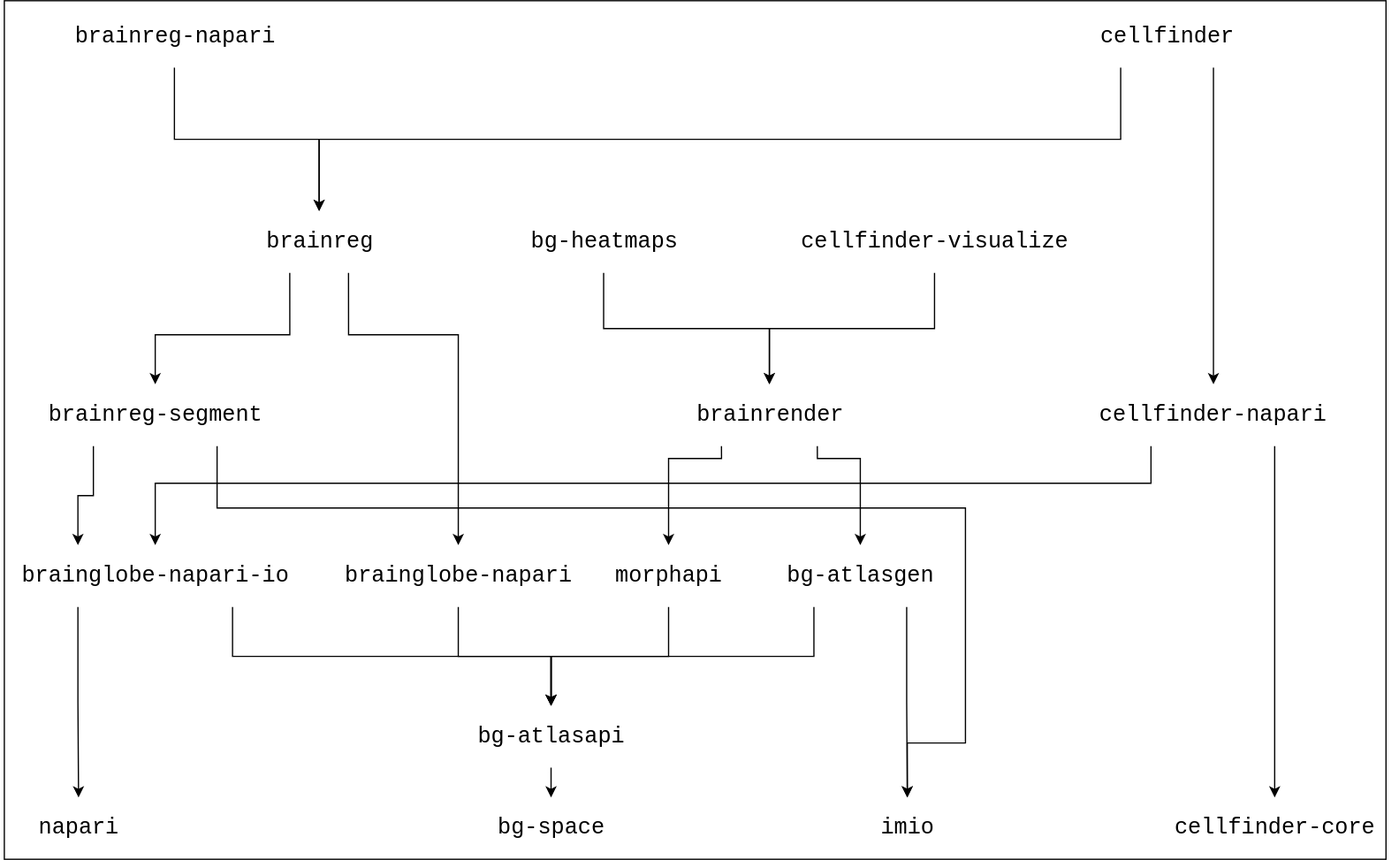
Above: doc/assets/BrainGlobe-dependencies.svg in brainglobe/brainglobe-meta (draw.io), before the change. Source tidied: cells renumbered, new cells last; positions are measured from the earlier drawing's top-left corner, leaving out a move shared by most shapes. The source it was exported from:
```xml
<mxGraphModel>
  <root>
    <mxCell id="0" />
    <mxCell id="1" parent="0" />
    <mxCell id="2" style="rounded=0;whiteSpace=wrap;html=1;" parent="1" vertex="1">
      <mxGeometry x="3" width="1117" height="694" as="geometry" />
    </mxCell>
    <mxCell id="3" value="napari" style="text;html=1;strokeColor=none;fillColor=none;align=center;verticalAlign=middle;rounded=0;fontFamily=Courier New;labelBackgroundColor=#FFFFFF;fontColor=#000000;labelBorderColor=none;fontSize=18;" parent="1" vertex="1">
      <mxGeometry x="13" y="644" width="100" height="50" as="geometry" />
    </mxCell>
    <mxCell id="4" value="bg-space" style="text;html=1;strokeColor=none;fillColor=none;align=center;verticalAlign=middle;rounded=0;fontFamily=Courier New;labelBackgroundColor=#FFFFFF;fontColor=#000000;labelBorderColor=none;fontSize=18;" parent="1" vertex="1">
      <mxGeometry x="395" y="644" width="100" height="50" as="geometry" />
    </mxCell>
    <mxCell id="5" value="cellfinder-core" style="text;html=1;strokeColor=none;fillColor=none;align=center;verticalAlign=middle;rounded=0;fontFamily=Courier New;labelBackgroundColor=#FFFFFF;fontColor=#000000;labelBorderColor=none;fontSize=18;" parent="1" vertex="1">
      <mxGeometry x="930" y="644" width="200" height="50" as="geometry" />
    </mxCell>
    <mxCell id="6" value="imio" style="text;html=1;strokeColor=none;fillColor=none;align=center;verticalAlign=middle;rounded=0;fontFamily=Courier New;labelBackgroundColor=#FFFFFF;fontColor=#000000;labelBorderColor=none;fontSize=18;" parent="1" vertex="1">
      <mxGeometry x="683" y="644" width="100" height="50" as="geometry" />
    </mxCell>
    <mxCell id="7" style="edgeStyle=orthogonalEdgeStyle;rounded=0;jettySize=auto;html=1;" parent="1" edge="1" source="8" target="4">
      <mxGeometry relative="1" as="geometry" />
    </mxCell>
    <mxCell id="8" value="bg-atlasapi" style="text;html=1;strokeColor=none;fillColor=none;align=center;verticalAlign=middle;rounded=0;fontFamily=Courier New;labelBackgroundColor=#FFFFFF;fontColor=#000000;labelBorderColor=none;fontSize=18;" parent="1" vertex="1">
      <mxGeometry x="370" y="570" width="150" height="50" as="geometry" />
    </mxCell>
    <mxCell id="9" style="edgeStyle=orthogonalEdgeStyle;rounded=0;jettySize=auto;html=1;exitX=0.25;exitY=1;exitDx=0;exitDy=0;" parent="1" edge="1" source="11" target="8">
      <mxGeometry relative="1" as="geometry" />
    </mxCell>
    <mxCell id="10" style="edgeStyle=orthogonalEdgeStyle;rounded=0;jettySize=auto;html=1;exitX=0.75;exitY=1;exitDx=0;exitDy=0;entryX=0.5;entryY=0;entryDx=0;entryDy=0;" parent="1" edge="1" source="11" target="6">
      <mxGeometry relative="1" as="geometry" />
    </mxCell>
    <mxCell id="11" value="bg-atlasgen" style="text;html=1;strokeColor=none;fillColor=none;align=center;verticalAlign=middle;rounded=0;fontFamily=Courier New;labelBackgroundColor=#FFFFFF;fontColor=#000000;labelBorderColor=none;fontSize=18;" parent="1" vertex="1">
      <mxGeometry x="620" y="440" width="150" height="50" as="geometry" />
    </mxCell>
    <mxCell id="12" style="edgeStyle=orthogonalEdgeStyle;rounded=0;jettySize=auto;html=1;exitX=0.25;exitY=1;exitDx=0;exitDy=0;entryX=0.5;entryY=0;entryDx=0;entryDy=0;" parent="1" edge="1" source="14" target="3">
      <mxGeometry relative="1" as="geometry" />
    </mxCell>
    <mxCell id="13" style="edgeStyle=orthogonalEdgeStyle;rounded=0;jettySize=auto;html=1;exitX=0.75;exitY=1;exitDx=0;exitDy=0;entryX=0.5;entryY=0;entryDx=0;entryDy=0;" parent="1" edge="1" source="14" target="8">
      <mxGeometry relative="1" as="geometry" />
    </mxCell>
    <mxCell id="14" value="&lt;div&gt;brainglobe-napari-io&lt;/div&gt;" style="text;html=1;strokeColor=none;fillColor=none;align=center;verticalAlign=middle;rounded=0;fontFamily=Courier New;labelBackgroundColor=#FFFFFF;fontColor=#000000;labelBorderColor=none;fontSize=18;" parent="1" vertex="1">
      <mxGeometry y="440" width="250" height="50" as="geometry" />
    </mxCell>
    <mxCell id="15" style="edgeStyle=orthogonalEdgeStyle;rounded=0;jettySize=auto;html=1;entryX=0.5;entryY=0;entryDx=0;entryDy=0;" parent="1" edge="1" source="16" target="8">
      <mxGeometry relative="1" as="geometry">
        <Array as="points">
          <mxPoint x="540" y="530" />
          <mxPoint x="445" y="530" />
        </Array>
      </mxGeometry>
    </mxCell>
    <mxCell id="16" value="morphapi" style="text;html=1;strokeColor=none;fillColor=none;align=center;verticalAlign=middle;rounded=0;fontFamily=Courier New;labelBackgroundColor=#FFFFFF;fontColor=#000000;labelBorderColor=none;fontSize=18;" parent="1" vertex="1">
      <mxGeometry x="490" y="440" width="100" height="50" as="geometry" />
    </mxCell>
    <mxCell id="17" style="edgeStyle=orthogonalEdgeStyle;rounded=0;jettySize=auto;html=1;entryX=0.5;entryY=0;entryDx=0;entryDy=0;" parent="1" edge="1" source="18" target="8">
      <mxGeometry relative="1" as="geometry" />
    </mxCell>
    <mxCell id="18" value="brainglobe-napari" style="text;html=1;strokeColor=none;fillColor=none;align=center;verticalAlign=middle;rounded=0;fontFamily=Courier New;labelBackgroundColor=#FFFFFF;fontColor=#000000;labelBorderColor=none;fontSize=18;" parent="1" vertex="1">
      <mxGeometry x="270" y="440" width="200" height="50" as="geometry" />
    </mxCell>
    <mxCell id="19" style="edgeStyle=orthogonalEdgeStyle;rounded=0;jettySize=auto;html=1;exitX=0.25;exitY=1;exitDx=0;exitDy=0;entryX=0.25;entryY=0;entryDx=0;entryDy=0;" parent="1" edge="1" source="21" target="14">
      <mxGeometry relative="1" as="geometry" />
    </mxCell>
    <mxCell id="20" style="edgeStyle=orthogonalEdgeStyle;rounded=0;jettySize=auto;html=1;exitX=0.75;exitY=1;exitDx=0;exitDy=0;entryX=0.5;entryY=0;entryDx=0;entryDy=0;" parent="1" edge="1" source="21" target="6">
      <mxGeometry relative="1" as="geometry">
        <Array as="points">
          <mxPoint x="175" y="410" />
          <mxPoint x="780" y="410" />
          <mxPoint x="780" y="600" />
          <mxPoint x="733" y="600" />
        </Array>
      </mxGeometry>
    </mxCell>
    <mxCell id="21" value="brainreg-segment" style="text;html=1;strokeColor=none;fillColor=none;align=center;verticalAlign=middle;rounded=0;fontFamily=Courier New;labelBackgroundColor=#FFFFFF;fontColor=#000000;labelBorderColor=none;fontSize=18;" parent="1" vertex="1">
      <mxGeometry x="25" y="310" width="200" height="50" as="geometry" />
    </mxCell>
    <mxCell id="22" style="edgeStyle=orthogonalEdgeStyle;rounded=0;jettySize=auto;html=1;exitX=0.25;exitY=1;exitDx=0;exitDy=0;" parent="1" edge="1" source="24" target="16">
      <mxGeometry relative="1" as="geometry">
        <Array as="points">
          <mxPoint x="583" y="370" />
          <mxPoint x="540" y="370" />
        </Array>
      </mxGeometry>
    </mxCell>
    <mxCell id="23" style="edgeStyle=orthogonalEdgeStyle;rounded=0;jettySize=auto;html=1;exitX=0.75;exitY=1;exitDx=0;exitDy=0;entryX=0.5;entryY=0;entryDx=0;entryDy=0;" parent="1" edge="1" source="24" target="11">
      <mxGeometry relative="1" as="geometry">
        <Array as="points">
          <mxPoint x="660" y="370" />
          <mxPoint x="695" y="370" />
        </Array>
      </mxGeometry>
    </mxCell>
    <mxCell id="24" value="brainrender" style="text;html=1;strokeColor=none;fillColor=none;align=center;verticalAlign=middle;rounded=0;fontFamily=Courier New;labelBackgroundColor=#FFFFFF;fontColor=#000000;labelBorderColor=none;fontSize=18;" parent="1" vertex="1">
      <mxGeometry x="544" y="310" width="155" height="50" as="geometry" />
    </mxCell>
    <mxCell id="25" style="edgeStyle=orthogonalEdgeStyle;rounded=0;jettySize=auto;html=1;exitX=0.75;exitY=1;exitDx=0;exitDy=0;entryX=0.5;entryY=0;entryDx=0;entryDy=0;" parent="1" edge="1" source="27" target="5">
      <mxGeometry relative="1" as="geometry" />
    </mxCell>
    <mxCell id="26" style="edgeStyle=orthogonalEdgeStyle;rounded=0;jettySize=auto;html=1;exitX=0.25;exitY=1;exitDx=0;exitDy=0;entryX=0.5;entryY=0;entryDx=0;entryDy=0;" parent="1" edge="1" source="27" target="14">
      <mxGeometry relative="1" as="geometry">
        <Array as="points">
          <mxPoint x="930" y="390" />
          <mxPoint x="125" y="390" />
        </Array>
      </mxGeometry>
    </mxCell>
    <mxCell id="27" value="cellfinder-napari" style="text;html=1;strokeColor=none;fillColor=none;align=center;verticalAlign=middle;rounded=0;fontFamily=Courier New;labelBackgroundColor=#FFFFFF;fontColor=#000000;labelBorderColor=none;fontSize=18;" parent="1" vertex="1">
      <mxGeometry x="880" y="310" width="200" height="50" as="geometry" />
    </mxCell>
    <mxCell id="28" style="edgeStyle=orthogonalEdgeStyle;rounded=0;jettySize=auto;html=1;exitX=0.25;exitY=1;exitDx=0;exitDy=0;entryX=0.5;entryY=0;entryDx=0;entryDy=0;" parent="1" edge="1" source="30" target="21">
      <mxGeometry relative="1" as="geometry">
        <Array as="points">
          <mxPoint x="234" y="270" />
          <mxPoint x="125" y="270" />
        </Array>
      </mxGeometry>
    </mxCell>
    <mxCell id="29" style="edgeStyle=orthogonalEdgeStyle;rounded=0;jettySize=auto;html=1;exitX=0.75;exitY=1;exitDx=0;exitDy=0;entryX=0.5;entryY=0;entryDx=0;entryDy=0;" parent="1" edge="1" source="30" target="18">
      <mxGeometry relative="1" as="geometry">
        <Array as="points">
          <mxPoint x="281" y="270" />
          <mxPoint x="370" y="270" />
        </Array>
      </mxGeometry>
    </mxCell>
    <mxCell id="30" value="brainreg" style="text;html=1;strokeColor=none;fillColor=none;align=center;verticalAlign=middle;rounded=0;fontFamily=Courier New;labelBackgroundColor=#FFFFFF;fontColor=#000000;labelBorderColor=none;fontSize=18;" parent="1" vertex="1">
      <mxGeometry x="210" y="170" width="95" height="50" as="geometry" />
    </mxCell>
    <mxCell id="31" style="edgeStyle=orthogonalEdgeStyle;rounded=0;jettySize=auto;html=1;" parent="1" edge="1" source="32" target="24">
      <mxGeometry relative="1" as="geometry" />
    </mxCell>
    <mxCell id="32" value="bg-heatmaps" style="text;html=1;strokeColor=none;fillColor=none;align=center;verticalAlign=middle;rounded=0;fontFamily=Courier New;labelBackgroundColor=#FFFFFF;fontColor=#000000;labelBorderColor=none;fontSize=18;" parent="1" vertex="1">
      <mxGeometry x="410" y="170" width="155" height="50" as="geometry" />
    </mxCell>
    <mxCell id="33" style="edgeStyle=orthogonalEdgeStyle;rounded=0;jettySize=auto;html=1;exitX=0.5;exitY=1;exitDx=0;exitDy=0;" parent="1" edge="1" source="34" target="24">
      <mxGeometry relative="1" as="geometry" />
    </mxCell>
    <mxCell id="34" value="cellfinder-visualize" style="text;html=1;strokeColor=none;fillColor=none;align=center;verticalAlign=middle;rounded=0;fontFamily=Courier New;labelBackgroundColor=#FFFFFF;fontColor=#000000;labelBorderColor=none;fontSize=18;" parent="1" vertex="1">
      <mxGeometry x="630" y="170" width="250" height="50" as="geometry" />
    </mxCell>
    <mxCell id="35" style="edgeStyle=orthogonalEdgeStyle;rounded=0;jettySize=auto;html=1;entryX=0.5;entryY=0;entryDx=0;entryDy=0;" parent="1" edge="1" source="36" target="30">
      <mxGeometry relative="1" as="geometry" />
    </mxCell>
    <mxCell id="36" value="brainreg-napari" style="text;html=1;strokeColor=none;fillColor=none;align=center;verticalAlign=middle;rounded=0;fontFamily=Courier New;labelBackgroundColor=#FFFFFF;fontColor=#000000;labelBorderColor=none;fontSize=18;" parent="1" vertex="1">
      <mxGeometry x="38" y="4" width="205" height="50" as="geometry" />
    </mxCell>
    <mxCell id="37" style="edgeStyle=orthogonalEdgeStyle;rounded=0;jettySize=auto;html=1;exitX=0.25;exitY=1;exitDx=0;exitDy=0;entryX=0.5;entryY=0;entryDx=0;entryDy=0;" parent="1" edge="1" source="39" target="30">
      <mxGeometry relative="1" as="geometry" />
    </mxCell>
    <mxCell id="38" style="edgeStyle=orthogonalEdgeStyle;rounded=0;jettySize=auto;html=1;exitX=0.75;exitY=1;exitDx=0;exitDy=0;" parent="1" edge="1" source="39" target="27">
      <mxGeometry relative="1" as="geometry">
        <Array as="points">
          <mxPoint x="980" y="150" />
          <mxPoint x="980" y="150" />
        </Array>
      </mxGeometry>
    </mxCell>
    <mxCell id="39" value="cellfinder" style="text;html=1;strokeColor=none;fillColor=none;align=center;verticalAlign=middle;rounded=0;fontFamily=Courier New;labelBackgroundColor=#FFFFFF;fontColor=#000000;labelBorderColor=none;fontSize=18;" parent="1" vertex="1">
      <mxGeometry x="868" y="4" width="150" height="50" as="geometry" />
    </mxCell>
  </root>
</mxGraphModel>
```
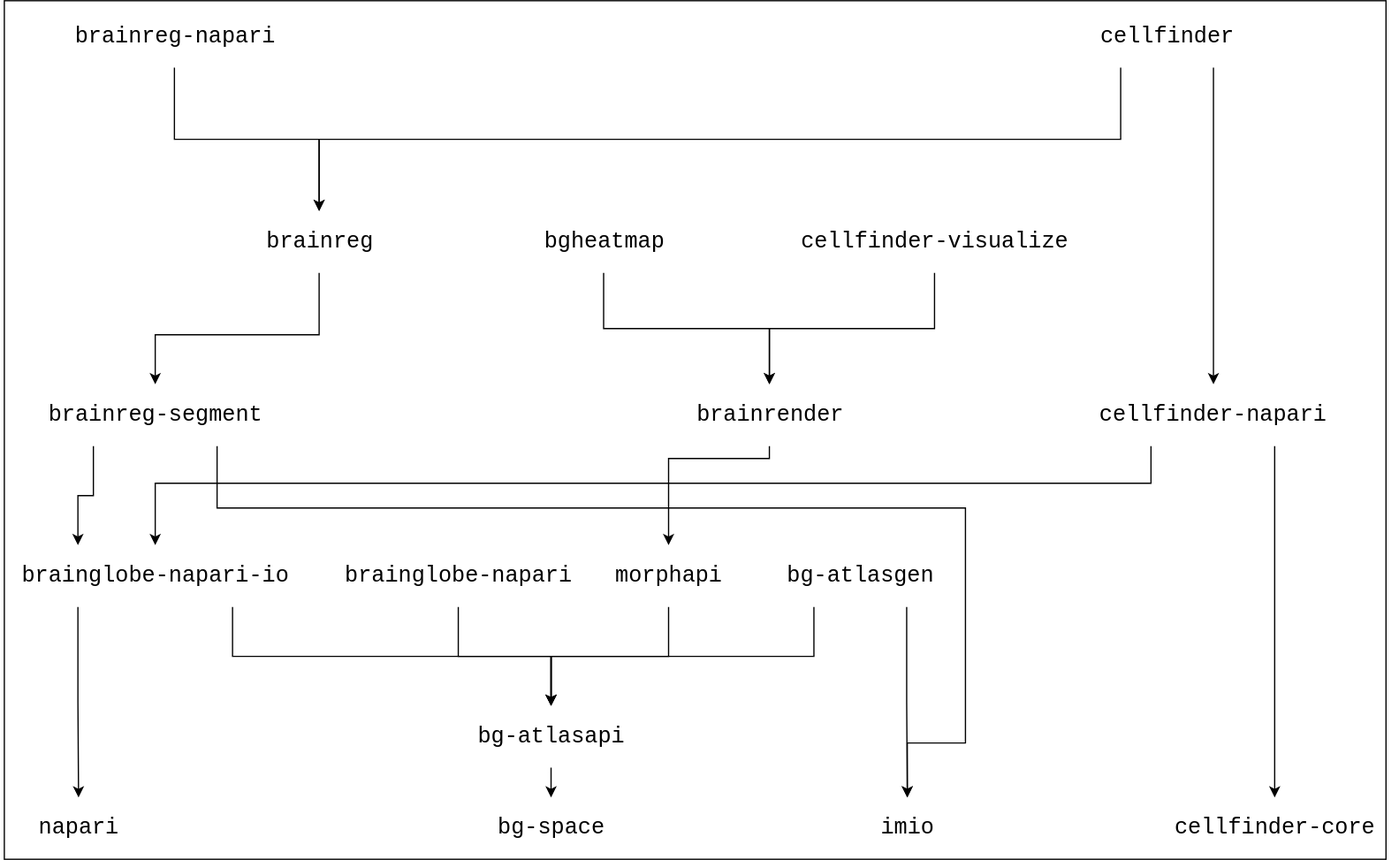
Later version of the same file.

The edit, as a diff of the source:
```diff
@@ -74,22 +74,14 @@
     <mxCell id="21" value="brainreg-segment" style="text;html=1;strokeColor=none;fillColor=none;align=center;verticalAlign=middle;rounded=0;fontFamily=Courier New;labelBackgroundColor=#FFFFFF;fontColor=#000000;labelBorderColor=none;fontSize=18;" parent="1" vertex="1">
       <mxGeometry x="25" y="310" width="200" height="50" as="geometry" />
     </mxCell>
-    <mxCell id="22" style="edgeStyle=orthogonalEdgeStyle;rounded=0;jettySize=auto;html=1;exitX=0.25;exitY=1;exitDx=0;exitDy=0;" parent="1" edge="1" source="24" target="16">
+    <mxCell id="22" style="edgeStyle=orthogonalEdgeStyle;rounded=0;jettySize=auto;html=1;exitX=0.5;exitY=1;exitDx=0;exitDy=0;entryX=0.5;entryY=0;entryDx=0;entryDy=0;" parent="1" edge="1" source="24" target="16">
       <mxGeometry relative="1" as="geometry">
         <Array as="points">
-          <mxPoint x="583" y="370" />
+          <mxPoint x="622" y="370" />
           <mxPoint x="540" y="370" />
         </Array>
       </mxGeometry>
     </mxCell>
-    <mxCell id="23" style="edgeStyle=orthogonalEdgeStyle;rounded=0;jettySize=auto;html=1;exitX=0.75;exitY=1;exitDx=0;exitDy=0;entryX=0.5;entryY=0;entryDx=0;entryDy=0;" parent="1" edge="1" source="24" target="11">
-      <mxGeometry relative="1" as="geometry">
-        <Array as="points">
-          <mxPoint x="660" y="370" />
-          <mxPoint x="695" y="370" />
-        </Array>
-      </mxGeometry>
-    </mxCell>
     <mxCell id="24" value="brainrender" style="text;html=1;strokeColor=none;fillColor=none;align=center;verticalAlign=middle;rounded=0;fontFamily=Courier New;labelBackgroundColor=#FFFFFF;fontColor=#000000;labelBorderColor=none;fontSize=18;" parent="1" vertex="1">
       <mxGeometry x="544" y="310" width="155" height="50" as="geometry" />
     </mxCell>
@@ -107,29 +99,21 @@
     <mxCell id="27" value="cellfinder-napari" style="text;html=1;strokeColor=none;fillColor=none;align=center;verticalAlign=middle;rounded=0;fontFamily=Courier New;labelBackgroundColor=#FFFFFF;fontColor=#000000;labelBorderColor=none;fontSize=18;" parent="1" vertex="1">
       <mxGeometry x="880" y="310" width="200" height="50" as="geometry" />
     </mxCell>
-    <mxCell id="28" style="edgeStyle=orthogonalEdgeStyle;rounded=0;jettySize=auto;html=1;exitX=0.25;exitY=1;exitDx=0;exitDy=0;entryX=0.5;entryY=0;entryDx=0;entryDy=0;" parent="1" edge="1" source="30" target="21">
+    <mxCell id="28" style="edgeStyle=orthogonalEdgeStyle;rounded=0;jettySize=auto;html=1;exitX=0.5;exitY=1;exitDx=0;exitDy=0;entryX=0.5;entryY=0;entryDx=0;entryDy=0;" parent="1" edge="1" source="30" target="21">
       <mxGeometry relative="1" as="geometry">
         <Array as="points">
-          <mxPoint x="234" y="270" />
+          <mxPoint x="258" y="270" />
           <mxPoint x="125" y="270" />
         </Array>
       </mxGeometry>
     </mxCell>
-    <mxCell id="29" style="edgeStyle=orthogonalEdgeStyle;rounded=0;jettySize=auto;html=1;exitX=0.75;exitY=1;exitDx=0;exitDy=0;entryX=0.5;entryY=0;entryDx=0;entryDy=0;" parent="1" edge="1" source="30" target="18">
-      <mxGeometry relative="1" as="geometry">
-        <Array as="points">
-          <mxPoint x="281" y="270" />
-          <mxPoint x="370" y="270" />
-        </Array>
-      </mxGeometry>
-    </mxCell>
     <mxCell id="30" value="brainreg" style="text;html=1;strokeColor=none;fillColor=none;align=center;verticalAlign=middle;rounded=0;fontFamily=Courier New;labelBackgroundColor=#FFFFFF;fontColor=#000000;labelBorderColor=none;fontSize=18;" parent="1" vertex="1">
       <mxGeometry x="210" y="170" width="95" height="50" as="geometry" />
     </mxCell>
     <mxCell id="31" style="edgeStyle=orthogonalEdgeStyle;rounded=0;jettySize=auto;html=1;" parent="1" edge="1" source="32" target="24">
       <mxGeometry relative="1" as="geometry" />
     </mxCell>
-    <mxCell id="32" value="bg-heatmaps" style="text;html=1;strokeColor=none;fillColor=none;align=center;verticalAlign=middle;rounded=0;fontFamily=Courier New;labelBackgroundColor=#FFFFFF;fontColor=#000000;labelBorderColor=none;fontSize=18;" parent="1" vertex="1">
+    <mxCell id="32" value="bgheatmap" style="text;html=1;strokeColor=none;fillColor=none;align=center;verticalAlign=middle;rounded=0;fontFamily=Courier New;labelBackgroundColor=#FFFFFF;fontColor=#000000;labelBorderColor=none;fontSize=18;" parent="1" vertex="1">
       <mxGeometry x="410" y="170" width="155" height="50" as="geometry" />
     </mxCell>
     <mxCell id="33" style="edgeStyle=orthogonalEdgeStyle;rounded=0;jettySize=auto;html=1;exitX=0.5;exitY=1;exitDx=0;exitDy=0;" parent="1" edge="1" source="34" target="24">
```
